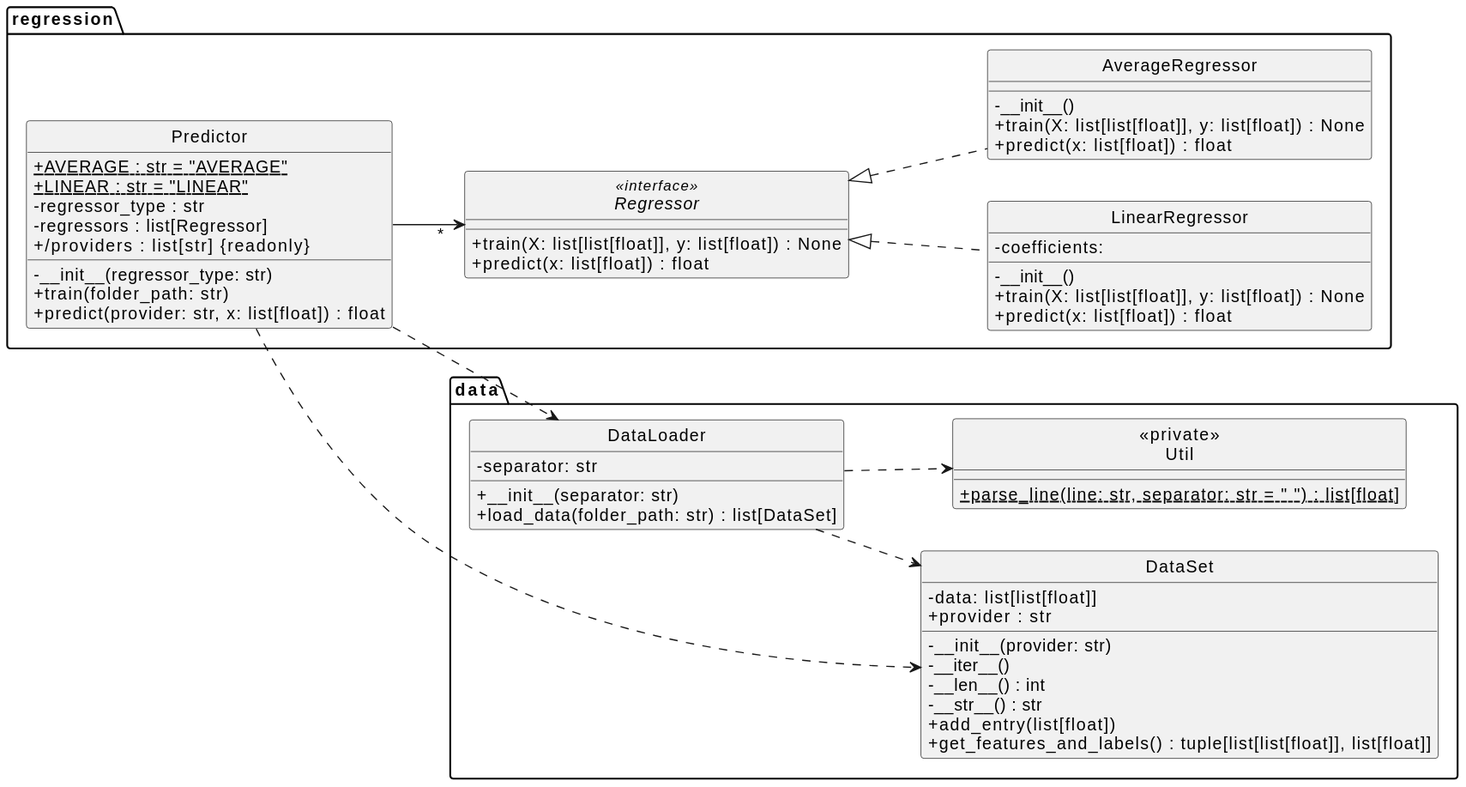
The PlantUML diagram docs/uml.svg in IDSPIA/idspia-ua-2024-25-practica-poo-practica-poo, before a commit.
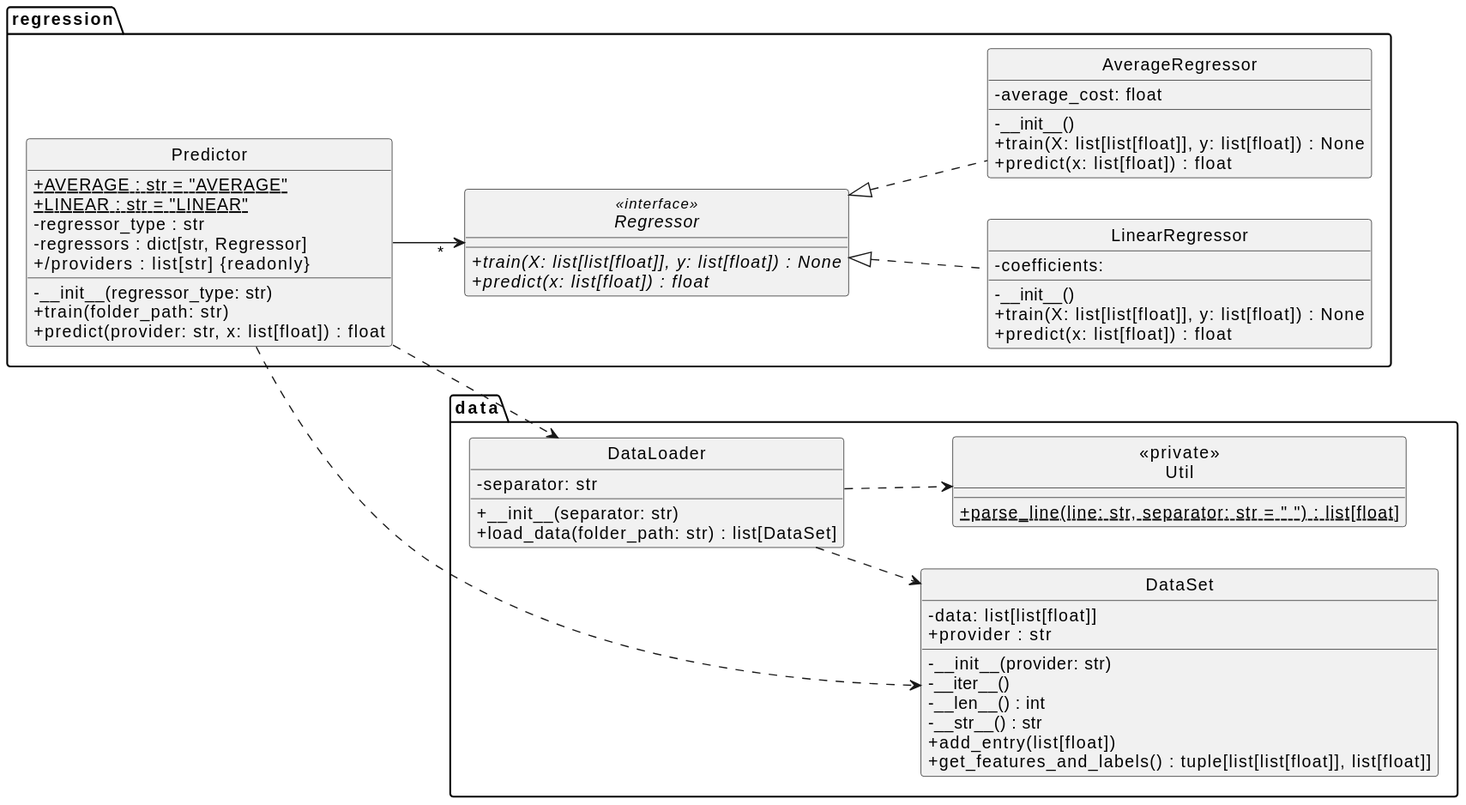
After the commit.

What changed in the source:
```diff
@@ -31,8 +31,8 @@
 
 package "regression" {
     interface Regressor <<interface>> {
-        + train(X: list[list[float]], y: list[float]) : None
-        + predict(x: list[float]) : float
+        + {abstract} train(X: list[list[float]], y: list[float]) : None
+        + {abstract} predict(x: list[float]) : float
     }
 
     class LinearRegressor {
@@ -43,6 +43,7 @@
     }
 
     class AverageRegressor {
+        - average_cost: float
         - __init__()
         + train(X: list[list[float]], y: list[float]) : None
         + predict(x: list[float]) : float
@@ -52,7 +53,7 @@
         + {static} AVERAGE : str = "AVERAGE"
         + {static} LINEAR : str = "LINEAR"
         - regressor_type : str
-        - regressors : list[Regressor]
+        - regressors : dict[str, Regressor]
         + /providers : list[str] {readonly}
         - __init__(regressor_type: str)
         + train(folder_path: str)
```
